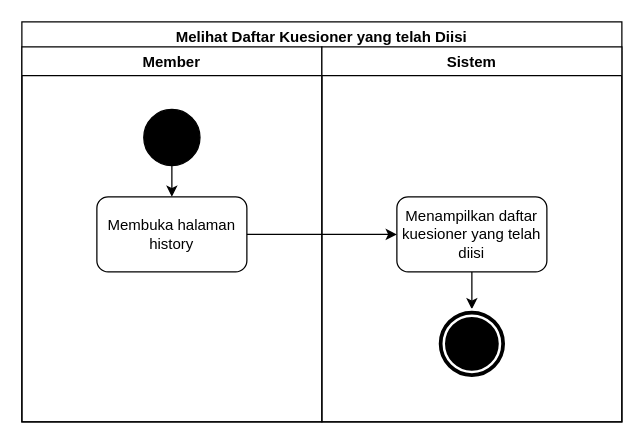
Before: Diagram/Activity Diagram/25. melihat daftar kuesioner yang telah diisi.drawio in techie-jhs/thesis, a draw.io diagram. Source tidied: cells renumbered, new cells numbered last; positions are measured from the earlier drawing's top-left corner, leaving out a move shared by most shapes. Both pictures are drawn from the tidied source at 125%, with x=0, y=0 at pixel (21, 21).
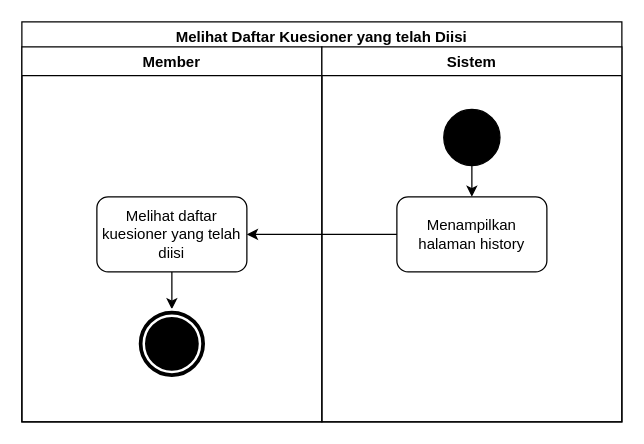
The same page after the edit.

Diff of the diagram source:
```diff
@@
 <mxGraphModel>
   <root>
     <mxCell id="0" />
     <mxCell id="1" parent="0" />
     <mxCell id="2" value="Melihat Daftar Kuesioner yang telah Diisi" style="swimlane;fillColor=none;" parent="1" vertex="1">
       <mxGeometry width="480" height="320" as="geometry" />
     </mxCell>
     <mxCell id="3" value="Member" style="swimlane;" parent="2" vertex="1">
       <mxGeometry y="20" width="240" height="300" as="geometry" />
     </mxCell>
-    <mxCell id="4" style="edgeStyle=orthogonalEdgeStyle;rounded=0;jettySize=auto;html=1;" parent="3" edge="1" source="5" target="6">
-      <mxGeometry relative="1" as="geometry" />
-    </mxCell>
+    <mxCell id="12" style="edgeStyle=orthogonalEdgeStyle;rounded=0;jettySize=auto;html=1;" parent="3" edge="1" source="6" target="10">
+      <mxGeometry relative="1" as="geometry" />
+    </mxCell>
+    <mxCell id="6" value="Melihat daftar kuesioner yang telah diisi" style="rounded=1;whiteSpace=wrap;html=1;fillColor=none;" parent="3" vertex="1">
+      <mxGeometry x="60" y="120" width="120" height="60" as="geometry" />
+    </mxCell>
+    <mxCell id="10" style="ellipse;shape=doubleEllipse;whiteSpace=wrap;html=1;fillColor=#000000;strokeColor=#FFFFFF;strokeWidth=2;" parent="3" vertex="1">
+      <mxGeometry x="92.5" y="210" width="55" height="55" as="geometry" />
+    </mxCell>
+    <mxCell id="7" value="Sistem" style="swimlane;" parent="2" vertex="1">
+      <mxGeometry x="240" y="20" width="240" height="300" as="geometry" />
+    </mxCell>
+    <mxCell id="9" value="Menampilkan halaman history" style="rounded=1;whiteSpace=wrap;html=1;fillColor=none;" parent="7" vertex="1">
+      <mxGeometry x="60" y="120" width="120" height="60" as="geometry" />
+    </mxCell>
+    <mxCell id="13" style="edgeStyle=orthogonalEdgeStyle;rounded=0;jettySize=auto;html=1;" parent="7" edge="1" source="5" target="9">
+      <mxGeometry relative="1" as="geometry" />
+    </mxCell>
-    <mxCell id="5" style="ellipse;whiteSpace=wrap;html=1;fillColor=#000000;" parent="3" vertex="1">
+    <mxCell id="5" style="ellipse;whiteSpace=wrap;html=1;fillColor=#000000;" parent="7" vertex="1">
       <mxGeometry x="97.5" y="50" width="45" height="45" as="geometry" />
     </mxCell>
-    <mxCell id="6" value="Membuka halaman history" style="rounded=1;whiteSpace=wrap;html=1;fillColor=none;" parent="3" vertex="1">
-      <mxGeometry x="60" y="120" width="120" height="60" as="geometry" />
-    </mxCell>
-    <mxCell id="7" value="Sistem" style="swimlane;" parent="2" vertex="1">
-      <mxGeometry x="240" y="20" width="240" height="300" as="geometry" />
-    </mxCell>
-    <mxCell id="8" style="edgeStyle=orthogonalEdgeStyle;rounded=0;jettySize=auto;html=1;" parent="7" edge="1" source="9" target="10">
-      <mxGeometry relative="1" as="geometry" />
-    </mxCell>
-    <mxCell id="9" value="Menampilkan daftar kuesioner yang telah diisi" style="rounded=1;whiteSpace=wrap;html=1;fillColor=none;" parent="7" vertex="1">
-      <mxGeometry x="60" y="120" width="120" height="60" as="geometry" />
-    </mxCell>
-    <mxCell id="10" style="ellipse;shape=doubleEllipse;whiteSpace=wrap;html=1;fillColor=#000000;strokeColor=#FFFFFF;strokeWidth=2;" parent="7" vertex="1">
-      <mxGeometry x="92.5" y="210" width="55" height="55" as="geometry" />
-    </mxCell>
-    <mxCell id="11" style="edgeStyle=orthogonalEdgeStyle;rounded=0;jettySize=auto;html=1;" parent="2" edge="1" source="6" target="9">
-      <mxGeometry relative="1" as="geometry" />
-    </mxCell>
+    <mxCell id="14" style="edgeStyle=orthogonalEdgeStyle;rounded=0;jettySize=auto;html=1;" parent="2" edge="1" source="9" target="6">
+      <mxGeometry relative="1" as="geometry" />
+    </mxCell>
   </root>
 </mxGraphModel>
```
